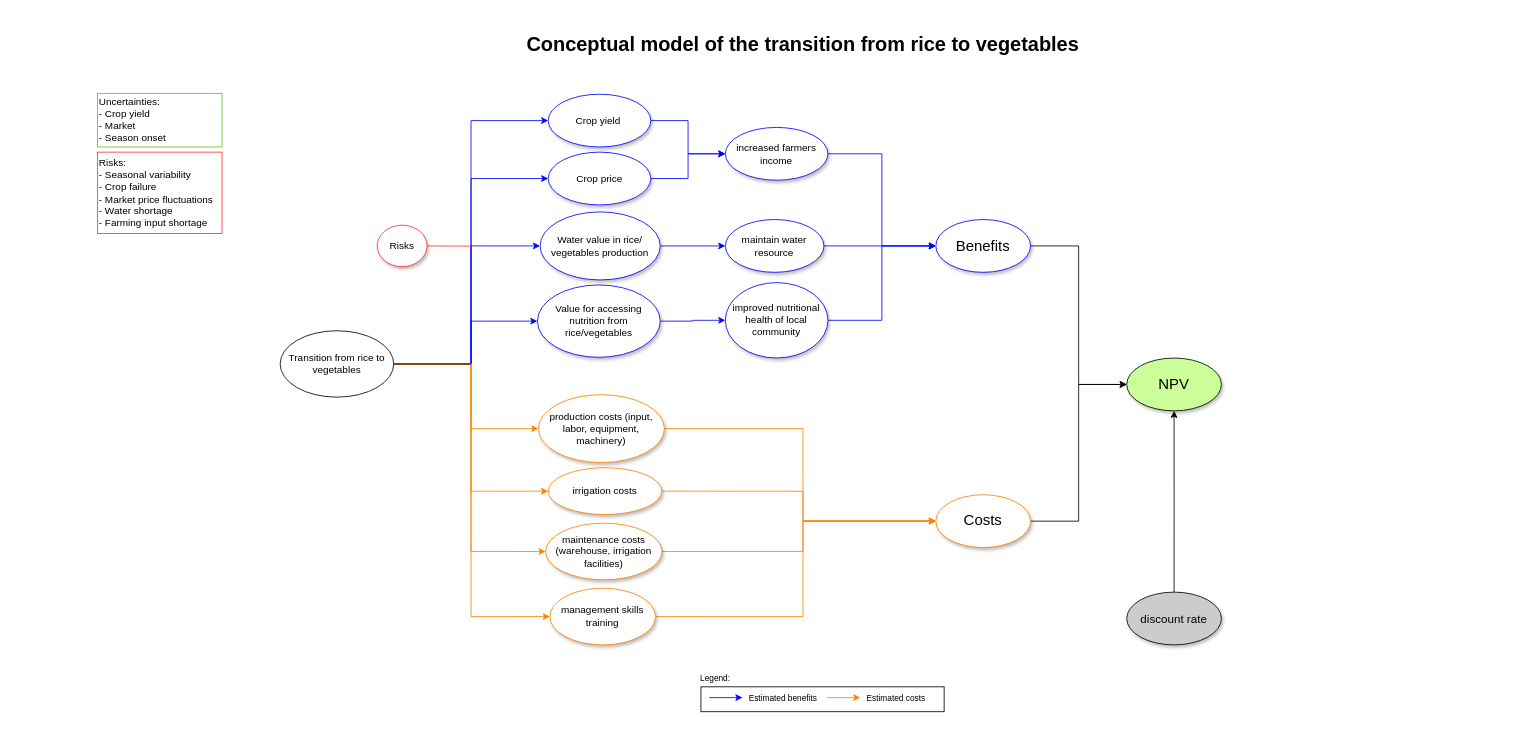
Above: page "conceptual model" (3 of 3) of impact pathway.drawio in noviriasyifaunnafsi/transition-from-rice-to-vegetables (draw.io), before the change. Source tidied: cells renumbered, new cells numbered last; positions are measured from the earlier drawing's top-left corner, leaving out a move shared by most shapes. Both pictures are drawn from the tidied source at 83%, with x=0, y=0 at pixel (97, 27).
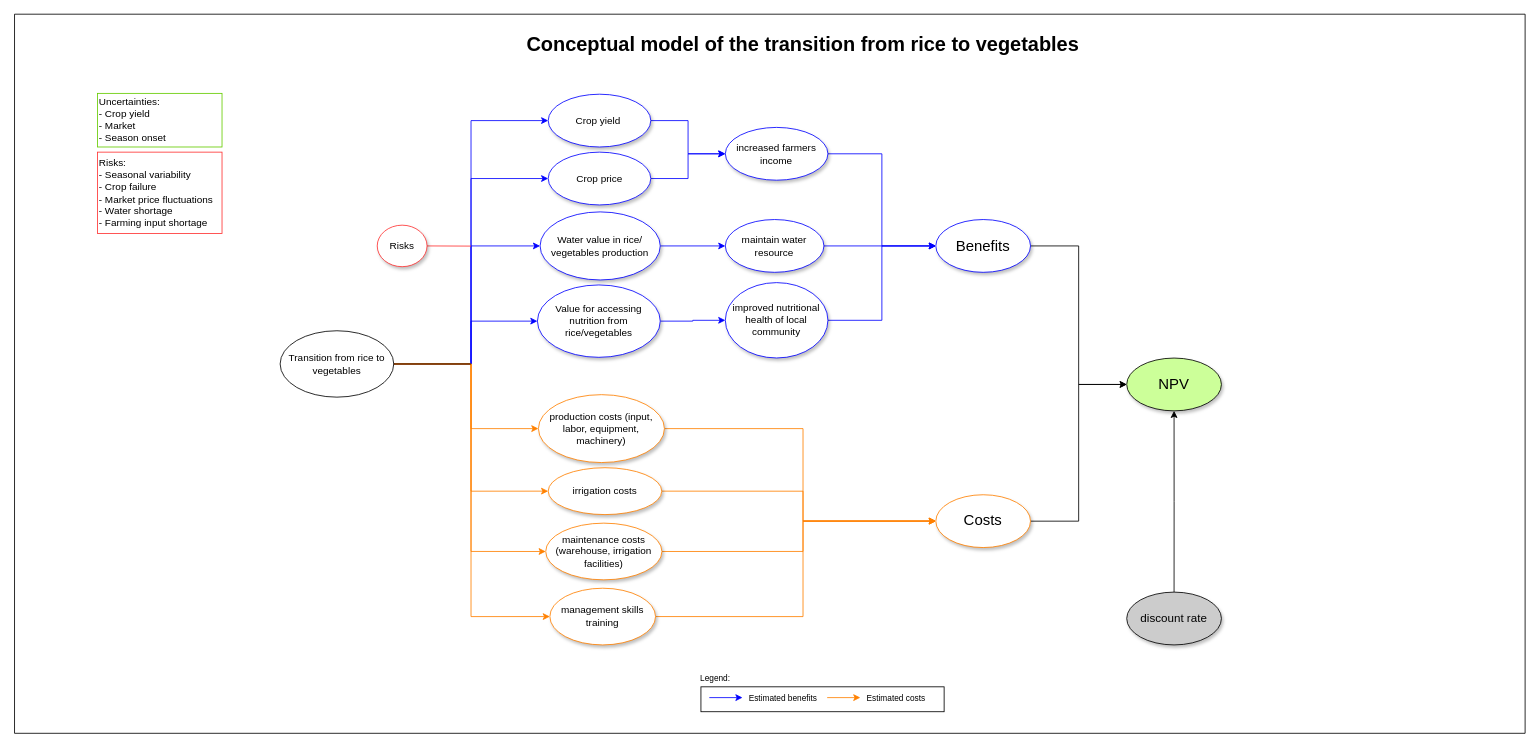
Above is the later version.

Diff of the diagram source:
```diff
@@
+    <mxCell id="52" style="swimlane;startSize=0;" parent="1" vertex="1">
+      <mxGeometry x="-100" y="-16.4" width="1820" height="866.4" as="geometry" />
+    </mxCell>
```
